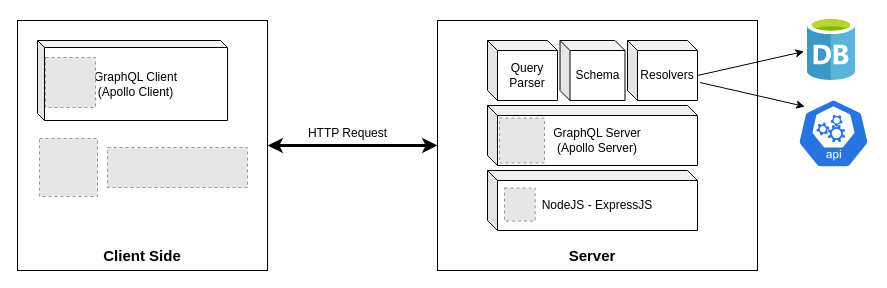
Earlier version of the draw.io diagram docs/Untitled Diagram.drawio (phuhh98/book-review-graphql). Source tidied: cells renumbered, new cells numbered last; positions are measured from the earlier drawing's top-left corner, leaving out a move shared by most shapes. Both pictures are drawn from the tidied source at 100%, with x=0, y=0 at pixel (17, 17). Pictures stored in the file or linked from it are replaced by grey dashed boxes.
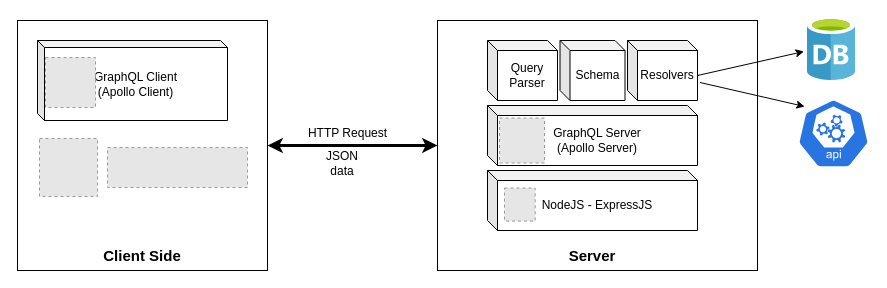
After the change.

The change refers to these unchanged cells:
```xml
<mxCell id="30" style="group;" parent="1" vertex="1">
  <mxGeometry x="255" y="153" width="100" height="30" as="geometry" />
</mxCell>
```

Change to the diagram source:
```diff
@@
+    <mxCell id="33" value="JSON data" style="text;html=1;strokeColor=none;fillColor=none;align=center;verticalAlign=middle;whiteSpace=wrap;rounded=0;" parent="30" vertex="1">
+      <mxGeometry x="40" y="-22" width="60" height="30" as="geometry" />
+    </mxCell>
```
